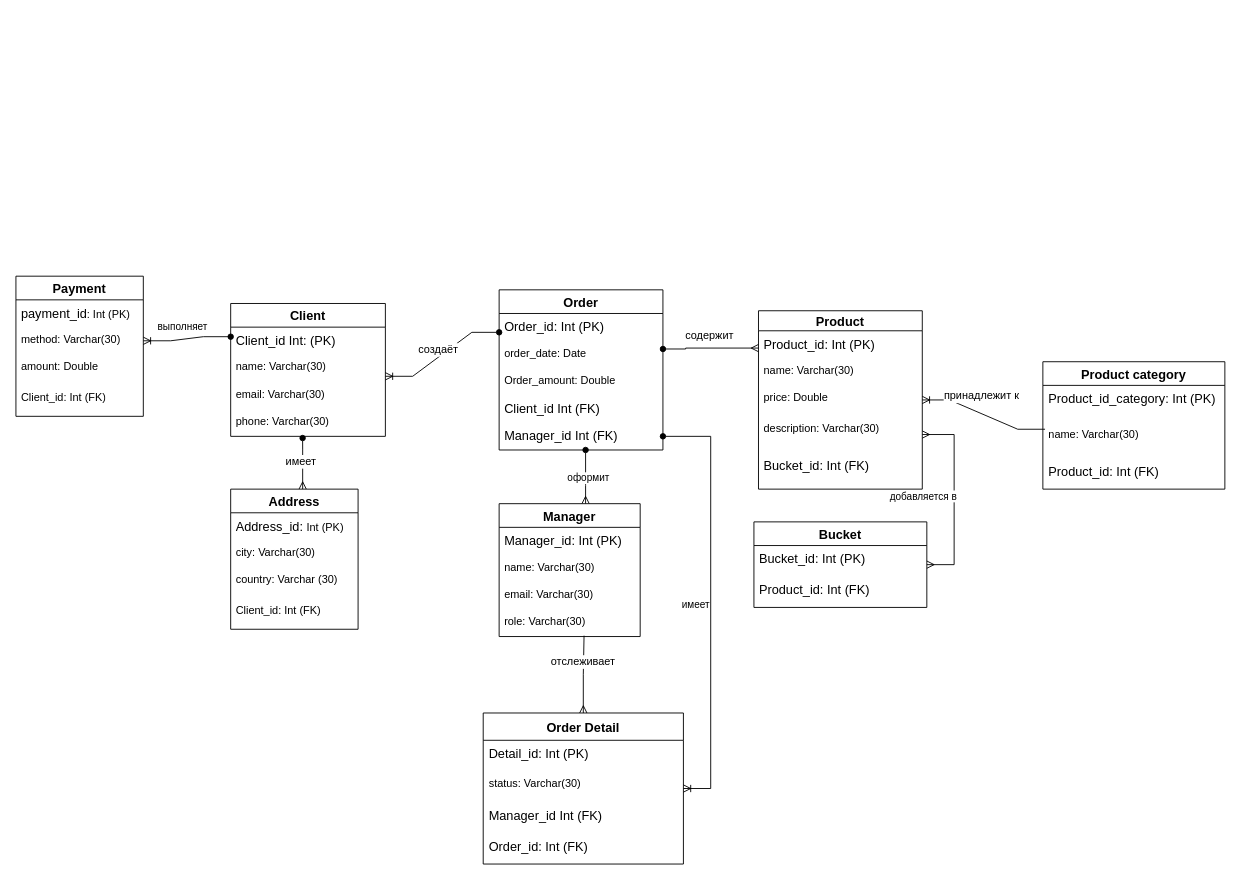
This is page "Page-2" (2 of 2) of obos_6th.drawio from mati-tech/draw.io, a draw.io file, before an edit. Source tidied: cells renumbered, new cells numbered last; positions are measured from the earlier drawing's top-left corner, leaving out a move shared by most shapes. Both pictures are drawn from the tidied source at 91%, with x=0, y=0 at pixel (15, 276).
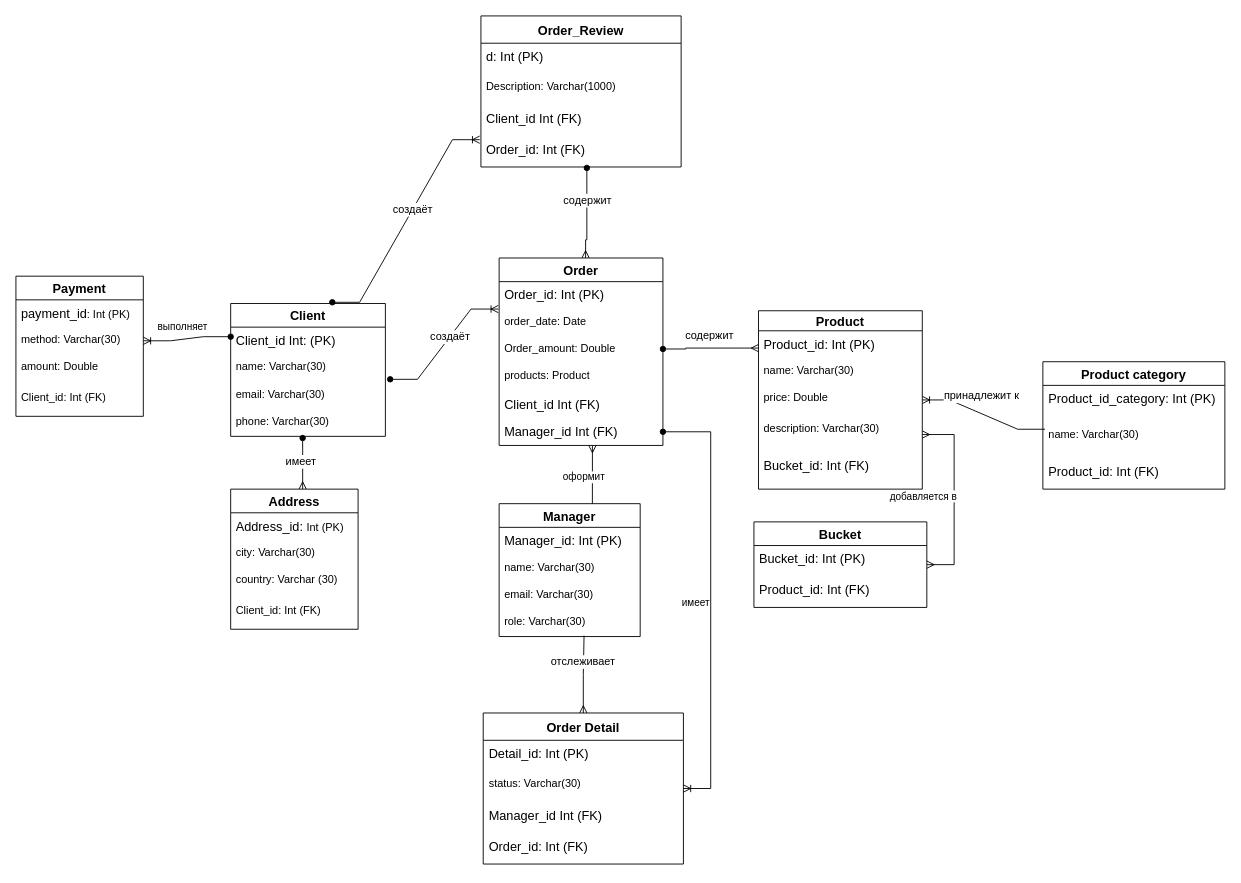
After the change.

Unchanged cells that the change refers to:
```xml
<mxCell id="2" value="Client" style="swimlane;fontStyle=1;horizontal=1;startSize=26;align=center;fontSize=14;" parent="1" vertex="1">
  <mxGeometry x="236" y="30" width="170" height="146" as="geometry" />
</mxCell>
<mxCell id="4" value="&lt;div&gt;name: Varchar(30)&lt;/div&gt;" style="text;strokeColor=none;fillColor=none;spacingLeft=4;spacingRight=4;overflow=hidden;points=[[0,0.5],[1,0.5]];portConstraint=eastwest;fontSize=12;whiteSpace=wrap;html=1;" parent="2" vertex="1">
  <mxGeometry y="56" width="170" height="30" as="geometry" />
</mxCell>
<mxCell id="5" value="&lt;div&gt;email: Varchar(30)&lt;/div&gt;" style="text;strokeColor=none;fillColor=none;spacingLeft=4;spacingRight=4;overflow=hidden;points=[[0,0.5],[1,0.5]];portConstraint=eastwest;fontSize=12;whiteSpace=wrap;html=1;" parent="2" vertex="1">
  <mxGeometry y="86" width="170" height="30" as="geometry" />
</mxCell>
<mxCell id="10" value="&lt;div&gt;&lt;span style=&quot;font-size: 14px; text-align: center; text-wrap-mode: nowrap;&quot;&gt;Order_id&lt;/span&gt;&lt;span style=&quot;font-size: 14px; text-align: center; text-wrap-mode: nowrap; background-color: initial;&quot;&gt;:&lt;/span&gt;&lt;span style=&quot;font-size: 14px; text-align: center; text-wrap-mode: nowrap; background-color: initial;&quot;&gt;&amp;nbsp;Int (PK)&amp;nbsp;&lt;/span&gt;&lt;/div&gt;" style="text;strokeColor=none;fillColor=none;spacingLeft=4;spacingRight=4;overflow=hidden;points=[[0,0.5],[1,0.5]];portConstraint=eastwest;fontSize=12;whiteSpace=wrap;html=1;" parent="9" vertex="1">
  <mxGeometry y="26" width="180" height="30" as="geometry" />
</mxCell>
<mxCell id="11" value="&lt;div&gt;&lt;span style=&quot;background-color: initial;&quot;&gt;order_date: Date&amp;nbsp;&lt;/span&gt;&lt;/div&gt;" style="text;strokeColor=none;fillColor=none;spacingLeft=4;spacingRight=4;overflow=hidden;points=[[0,0.5],[1,0.5]];portConstraint=eastwest;fontSize=12;whiteSpace=wrap;html=1;" parent="9" vertex="1">
  <mxGeometry y="56" width="180" height="30" as="geometry" />
</mxCell>
<mxCell id="57" value="Manager" style="swimlane;fontStyle=1;horizontal=1;startSize=26;align=center;fontSize=14;" parent="1" vertex="1">
  <mxGeometry x="531" y="250" width="155" height="146" as="geometry" />
</mxCell>
```

The edit, as a diff of the source:
```diff
@@
     <mxCell id="9" value="Order" style="swimlane;fontStyle=1;horizontal=1;startSize=26;align=center;fontSize=14;" parent="1" vertex="1">
-      <mxGeometry x="531" y="15" width="180" height="176" as="geometry" />
+      <mxGeometry x="531" y="-20" width="180" height="206" as="geometry" />
     </mxCell>
@@
+    <mxCell id="64" value="&lt;div&gt;&lt;span style=&quot;background-color: initial;&quot;&gt;Order_amount: Double&lt;/span&gt;&lt;/div&gt;" style="text;strokeColor=none;fillColor=none;spacingLeft=4;spacingRight=4;overflow=hidden;fontSize=12;whiteSpace=wrap;html=1;" parent="9" vertex="1">
+      <mxGeometry y="86" width="180" height="30" as="geometry" />
+    </mxCell>
-    <mxCell id="12" value="&lt;div&gt;&lt;span style=&quot;background-color: initial;&quot;&gt;Order_amount: Double&lt;/span&gt;&lt;/div&gt;" style="text;strokeColor=none;fillColor=none;spacingLeft=4;spacingRight=4;overflow=hidden;fontSize=12;whiteSpace=wrap;html=1;" parent="9" vertex="1">
-      <mxGeometry y="86" width="180" height="30" as="geometry" />
+    <mxCell id="12" value="&lt;div&gt;&lt;span style=&quot;background-color: initial;&quot;&gt;products: Product&lt;/span&gt;&lt;/div&gt;" style="text;strokeColor=none;fillColor=none;spacingLeft=4;spacingRight=4;overflow=hidden;fontSize=12;whiteSpace=wrap;html=1;" parent="9" vertex="1">
+      <mxGeometry y="116" width="180" height="30" as="geometry" />
     </mxCell>
     <mxCell id="13" value="&lt;span style=&quot;font-size: 14px; text-align: center; text-wrap-mode: nowrap;&quot;&gt;Client_id&amp;nbsp;Int (FK)&lt;/span&gt;" style="text;strokeColor=none;fillColor=none;spacingLeft=4;spacingRight=4;overflow=hidden;fontSize=12;whiteSpace=wrap;html=1;" parent="9" vertex="1">
-      <mxGeometry y="116" width="180" height="30" as="geometry" />
+      <mxGeometry y="146" width="180" height="30" as="geometry" />
     </mxCell>
     <mxCell id="14" value="&lt;span style=&quot;font-size: 14px; text-align: center; text-wrap-mode: nowrap;&quot;&gt;Manager_id&amp;nbsp;Int (FK)&lt;/span&gt;" style="text;strokeColor=none;fillColor=none;spacingLeft=4;spacingRight=4;overflow=hidden;points=[[0,0.5],[1,0.5]];portConstraint=eastwest;fontSize=12;whiteSpace=wrap;html=1;" parent="9" vertex="1">
-      <mxGeometry y="146" width="180" height="30" as="geometry" />
+      <mxGeometry y="176" width="180" height="30" as="geometry" />
     </mxCell>
@@
-    <mxCell id="45" style="edgeStyle=entityRelationEdgeStyle;fontSize=12;html=1;endArrow=ERoneToMany;rounded=0;exitX=0;exitY=0.69;exitDx=0;exitDy=0;exitPerimeter=0;entryX=1;entryY=0.8;entryDx=0;entryDy=0;startArrow=oval;startFill=1;entryPerimeter=0;" parent="1" edge="1" source="10" target="4">
+    <mxCell id="45" style="edgeStyle=entityRelationEdgeStyle;fontSize=12;html=1;endArrow=ERoneToMany;rounded=0;exitX=1.031;exitY=-0.089;exitDx=0;exitDy=0;exitPerimeter=0;startArrow=oval;startFill=1;entryX=-0.005;entryY=0.004;entryDx=0;entryDy=0;entryPerimeter=0;" parent="1" edge="1" source="5" target="11">
       <mxGeometry relative="1" as="geometry">
         <Array as="points">
           <mxPoint x="406" y="90" />
         </Array>
       </mxGeometry>
     </mxCell>
@@
-    <mxCell id="55" style="edgeStyle=orthogonalEdgeStyle;rounded=0;jettySize=auto;html=1;startArrow=ERmany;startFill=0;endArrow=oval;endFill=1;" parent="1" edge="1" source="57" target="14">
+    <mxCell id="55" style="edgeStyle=orthogonalEdgeStyle;rounded=0;jettySize=auto;html=1;startArrow=ERmany;startFill=0;endArrow=oval;endFill=1;entryX=0.661;entryY=0.03;entryDx=0;entryDy=0;entryPerimeter=0;" parent="1" edge="1" source="14" target="57">
       <mxGeometry relative="1" as="geometry">
         <Array as="points">
-          <mxPoint x="626" y="230" />
-          <mxPoint x="626" y="230" />
+          <mxPoint x="633" y="221" />
         </Array>
       </mxGeometry>
     </mxCell>
     <mxCell id="56" value="оформит" style="edgeLabel;html=1;align=center;verticalAlign=middle;" parent="55" vertex="1">
-      <mxGeometry x="-0.02" y="-2" relative="1" as="geometry" />
+      <mxGeometry x="-0.02" y="-2" relative="1" as="geometry">
+        <mxPoint x="-8" as="offset" />
+      </mxGeometry>
     </mxCell>
@@
+    <mxCell id="65" value="Order_Review" style="swimlane;fontStyle=1;horizontal=1;startSize=30;align=center;fontSize=14;spacingTop=1;" parent="1" vertex="1">
+      <mxGeometry x="511" y="-286" width="220" height="166" as="geometry" />
+    </mxCell>
+    <mxCell id="66" value="&lt;div&gt;&lt;span style=&quot;font-size: 14px; text-align: center; text-wrap-mode: nowrap;&quot;&gt;d&lt;/span&gt;&lt;span style=&quot;font-size: 14px; text-align: center; text-wrap-mode: nowrap; background-color: initial;&quot;&gt;:&lt;/span&gt;&lt;span style=&quot;font-size: 14px; text-align: center; text-wrap-mode: nowrap; background-color: initial;&quot;&gt;&amp;nbsp;Int (PK)&amp;nbsp;&lt;/span&gt;&lt;/div&gt;" style="text;strokeColor=none;fillColor=none;spacingLeft=4;spacingRight=4;overflow=hidden;fontSize=12;whiteSpace=wrap;html=1;" parent="65" vertex="1">
+      <mxGeometry y="30" width="220" height="34" as="geometry" />
+    </mxCell>
+    <mxCell id="67" value="&lt;div&gt;Description: Varchar(1000)&lt;/div&gt;" style="text;strokeColor=none;fillColor=none;spacingLeft=4;spacingRight=4;overflow=hidden;fontSize=12;whiteSpace=wrap;html=1;" parent="65" vertex="1">
+      <mxGeometry y="64" width="220" height="34" as="geometry" />
+    </mxCell>
+    <mxCell id="68" value="&lt;span style=&quot;font-size: 14px; text-align: center; text-wrap-mode: nowrap;&quot;&gt;Client_id&amp;nbsp;Int (FK)&lt;/span&gt;" style="text;strokeColor=none;fillColor=none;spacingLeft=4;spacingRight=4;overflow=hidden;fontSize=12;whiteSpace=wrap;html=1;" parent="65" vertex="1">
+      <mxGeometry y="98" width="220" height="34" as="geometry" />
+    </mxCell>
+    <mxCell id="69" value="&lt;span style=&quot;font-size: 14px; text-align: center; text-wrap-mode: nowrap;&quot;&gt;Order_id: Int (FK)&lt;/span&gt;" style="text;strokeColor=none;fillColor=none;spacingLeft=4;spacingRight=4;overflow=hidden;points=[[0,0.5],[1,0.5]];portConstraint=eastwest;fontSize=12;whiteSpace=wrap;html=1;" parent="65" vertex="1">
+      <mxGeometry y="132" width="220" height="34" as="geometry" />
+    </mxCell>
+    <mxCell id="70" style="edgeStyle=entityRelationEdgeStyle;fontSize=12;html=1;endArrow=ERoneToMany;rounded=0;startArrow=oval;startFill=1;exitX=0.657;exitY=-0.009;exitDx=0;exitDy=0;exitPerimeter=0;entryX=-0.006;entryY=0.118;entryDx=0;entryDy=0;entryPerimeter=0;" parent="1" edge="1" source="2" target="69">
+      <mxGeometry relative="1" as="geometry">
+        <Array as="points">
+          <mxPoint x="528" y="-94" />
+          <mxPoint x="656" y="-93" />
+          <mxPoint x="366" y="-123" />
+          <mxPoint x="386" y="-143" />
+        </Array>
+      </mxGeometry>
+    </mxCell>
+    <mxCell id="71" value="&lt;font style=&quot;font-size: 12px;&quot;&gt;создаёт&lt;/font&gt;" style="edgeLabel;html=1;align=center;verticalAlign=middle;" parent="70" vertex="1">
+      <mxGeometry x="0.07" y="-3" relative="1" as="geometry">
+        <mxPoint y="-6" as="offset" />
+      </mxGeometry>
+    </mxCell>
+    <mxCell id="72" style="edgeStyle=orthogonalEdgeStyle;rounded=0;jettySize=auto;html=1;startArrow=oval;startFill=1;endArrow=ERmany;endFill=0;exitX=0.529;exitY=1.03;exitDx=0;exitDy=0;exitPerimeter=0;" parent="1" edge="1" source="69" target="9">
+      <mxGeometry relative="1" as="geometry">
+        <Array as="points">
+          <mxPoint x="627" y="-40" />
+          <mxPoint x="626" y="-40" />
+        </Array>
+      </mxGeometry>
+    </mxCell>
+    <mxCell id="73" value="&lt;font style=&quot;font-size: 12px;&quot;&gt;содержит&lt;/font&gt;" style="edgeLabel;html=1;align=center;verticalAlign=middle;" parent="72" vertex="1">
+      <mxGeometry x="-0.03" relative="1" as="geometry">
+        <mxPoint y="-14" as="offset" />
+      </mxGeometry>
+    </mxCell>
```
